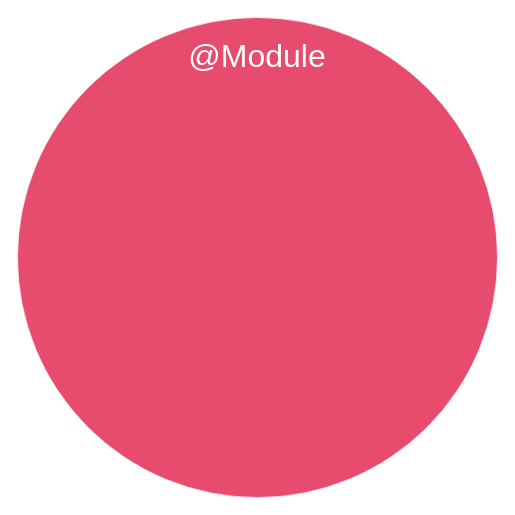
gjungb/Zeichnungen keeps this draw.io diagram as page "Angular" (4 of 5) of TypeScript.drawio. Above is the earlier version. Source tidied: cells renumbered, new cells numbered last; positions are measured from the earlier drawing's top-left corner, leaving out a move shared by most shapes. Both pictures are drawn from the tidied source at 100%, with x=0, y=0 at pixel (17, 17).
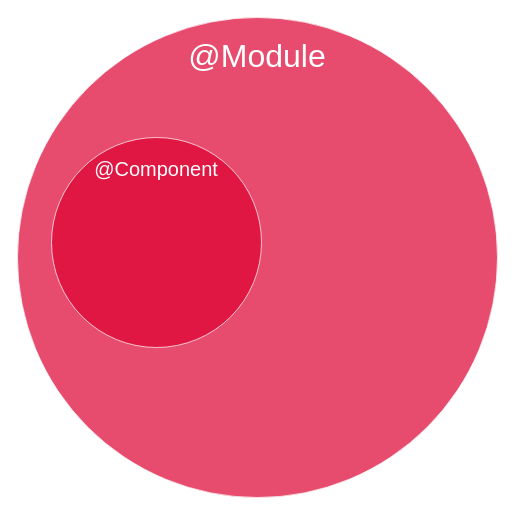
The same page after the edit.

Change to the diagram source:
```diff
@@
 <mxGraphModel>
   <root>
     <mxCell id="0" />
     <mxCell id="1" parent="0" />
     <mxCell id="2" value="@Module" style="ellipse;whiteSpace=wrap;html=1;fillColor=#DD0031;fontSize=32;fontColor=#FFFFFF;align=center;fontFamily=Fira Code;spacingRight=0;verticalAlign=top;spacing=15;strokeColor=#FFFFFF;opacity=70;" parent="1" vertex="1">
       <mxGeometry width="480" height="480" as="geometry" />
     </mxCell>
+    <mxCell id="3" value="@Component" style="ellipse;whiteSpace=wrap;html=1;fillColor=#DD0031;fontSize=20;fontColor=#FFFFFF;align=center;fontFamily=Fira Code;spacingRight=0;verticalAlign=top;spacing=15;strokeColor=#FFFFFF;opacity=70;" parent="1" vertex="1">
+      <mxGeometry x="34" y="120" width="210" height="210" as="geometry" />
+    </mxCell>
   </root>
 </mxGraphModel>
```
